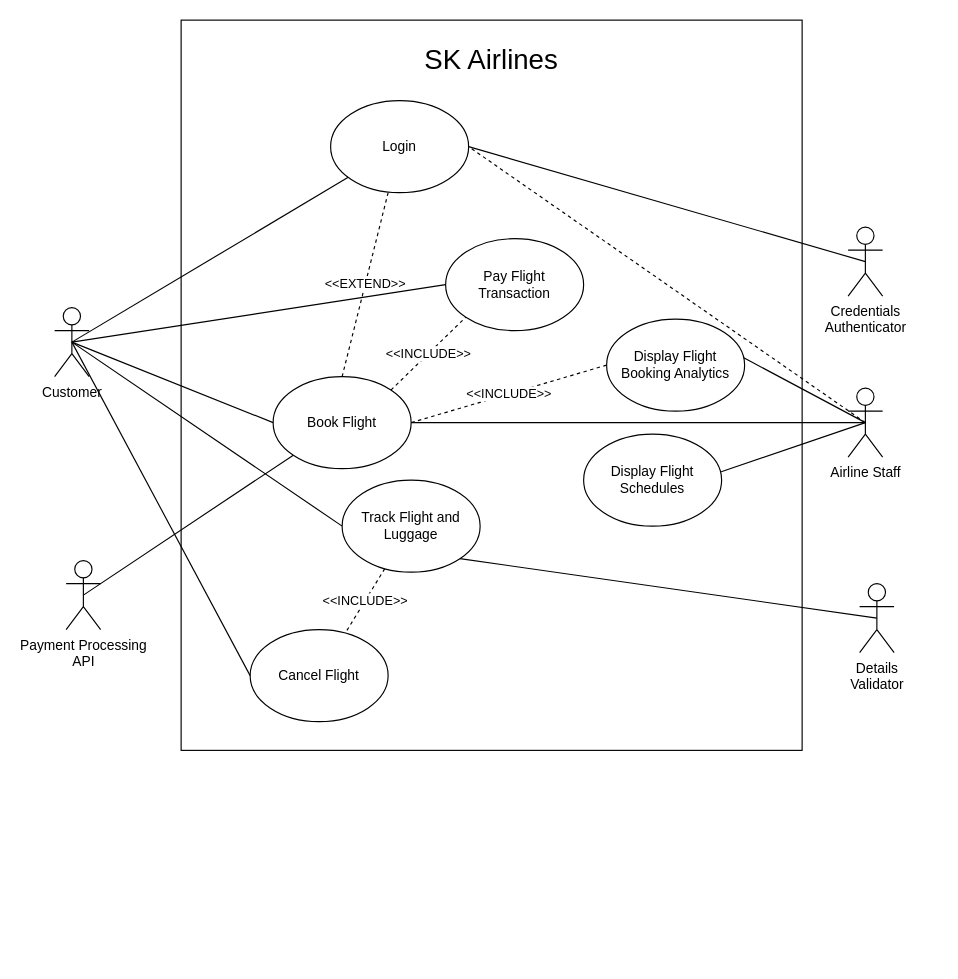
Before: SKAirlines.drawio in monterdekeanu/monterdekeanu, a draw.io diagram. Source tidied: cells renumbered, new cells numbered last; positions are measured from the earlier drawing's top-left corner, leaving out a move shared by most shapes. Both pictures are drawn from the tidied source at 115%, with x=0, y=0 at pixel (54, 20).
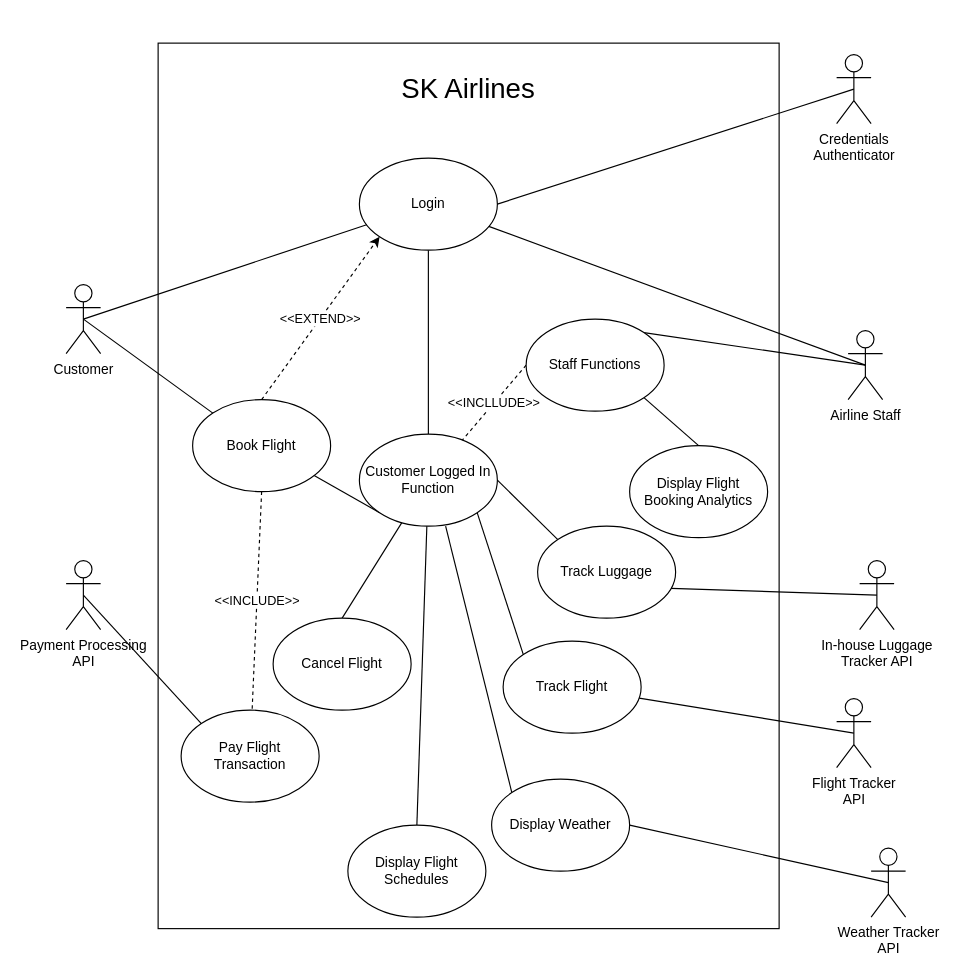
The same diagram, later.

The change refers to these unchanged cells:
```xml
<mxCell id="29" value="Payment Processing&lt;br&gt;API" style="shape=umlActor;verticalLabelPosition=bottom;verticalAlign=top;html=1;outlineConnect=0;" parent="1" vertex="1">
  <mxGeometry x="10" y="470" width="30" height="60" as="geometry" />
</mxCell>
```

Diff of the diagram source:
```diff
@@
     <mxCell id="2" style="rounded=0;whiteSpace=wrap;html=1;fontStyle=1;" parent="1" vertex="1">
-      <mxGeometry x="110" width="540" height="635" as="geometry" />
+      <mxGeometry x="90" y="20" width="540" height="770" as="geometry" />
     </mxCell>
+    <mxCell id="32" style="rounded=0;jettySize=auto;html=1;endArrow=none;endFill=0;" parent="1" edge="1" source="3" target="39">
+      <mxGeometry relative="1" as="geometry" />
+    </mxCell>
     <mxCell id="3" value="Login" style="ellipse;whiteSpace=wrap;html=1;" parent="1" vertex="1">
-      <mxGeometry x="240" y="70" width="120" height="80" as="geometry" />
+      <mxGeometry x="265" y="120" width="120" height="80" as="geometry" />
     </mxCell>
+    <mxCell id="5" value="&amp;lt;&amp;lt;INCLUDE&amp;gt;&amp;gt;" style="rounded=0;jettySize=auto;html=1;exitX=0.5;exitY=1;exitDx=0;exitDy=0;endArrow=none;endFill=0;dashed=1;" parent="1" edge="1" source="6" target="9">
+      <mxGeometry relative="1" as="geometry" />
+    </mxCell>
-    <mxCell id="4" value="&amp;lt;&amp;lt;EXTEND&amp;gt;&amp;gt;" style="rounded=0;jettySize=auto;html=1;exitX=0.5;exitY=0;exitDx=0;exitDy=0;endArrow=none;endFill=0;dashed=1;" parent="1" edge="1" source="6" target="3">
+    <mxCell id="4" value="&amp;lt;&amp;lt;EXTEND&amp;gt;&amp;gt;" style="rounded=0;jettySize=auto;html=1;exitX=0.5;exitY=0;exitDx=0;exitDy=0;entryX=0;entryY=1;entryDx=0;entryDy=0;dashed=1;" parent="1" edge="1" source="6" target="3">
       <mxGeometry relative="1" as="geometry" />
     </mxCell>
-    <mxCell id="5" value="&amp;lt;&amp;lt;INCLUDE&amp;gt;&amp;gt;" style="rounded=0;jettySize=auto;html=1;exitX=1;exitY=0;exitDx=0;exitDy=0;entryX=0;entryY=1;entryDx=0;entryDy=0;endArrow=none;endFill=0;dashed=1;" parent="1" edge="1" source="6" target="9">
-      <mxGeometry relative="1" as="geometry" />
-    </mxCell>
     <mxCell id="6" value="Book Flight" style="ellipse;whiteSpace=wrap;html=1;" parent="1" vertex="1">
-      <mxGeometry x="190" y="310" width="120" height="80" as="geometry" />
+      <mxGeometry x="120" y="330" width="120" height="80" as="geometry" />
     </mxCell>
-    <mxCell id="7" value="&amp;lt;&amp;lt;INCLUDE&amp;gt;&amp;gt;" style="rounded=0;jettySize=auto;html=1;dashed=1;endArrow=none;endFill=0;" parent="1" edge="1" source="8" target="10">
-      <mxGeometry relative="1" as="geometry" />
-    </mxCell>
+    <mxCell id="33" style="rounded=0;jettySize=auto;html=1;exitX=0;exitY=0;exitDx=0;exitDy=0;entryX=1;entryY=1;entryDx=0;entryDy=0;endArrow=none;endFill=0;" parent="1" edge="1" source="8" target="39">
+      <mxGeometry relative="1" as="geometry" />
+    </mxCell>
-    <mxCell id="8" value="Track Flight and Luggage" style="ellipse;whiteSpace=wrap;html=1;" parent="1" vertex="1">
-      <mxGeometry x="250" y="400" width="120" height="80" as="geometry" />
+    <mxCell id="8" value="Track Flight" style="ellipse;whiteSpace=wrap;html=1;" parent="1" vertex="1">
+      <mxGeometry x="390" y="540" width="120" height="80" as="geometry" />
     </mxCell>
     <mxCell id="9" value="Pay Flight Transaction" style="ellipse;whiteSpace=wrap;html=1;" parent="1" vertex="1">
-      <mxGeometry x="340" y="190" width="120" height="80" as="geometry" />
+      <mxGeometry x="110" y="600" width="120" height="80" as="geometry" />
     </mxCell>
+    <mxCell id="34" style="rounded=0;jettySize=auto;html=1;exitX=0.5;exitY=0;exitDx=0;exitDy=0;endArrow=none;endFill=0;" parent="1" edge="1" source="10" target="39">
+      <mxGeometry relative="1" as="geometry" />
+    </mxCell>
     <mxCell id="10" value="Cancel Flight" style="ellipse;whiteSpace=wrap;html=1;" parent="1" vertex="1">
-      <mxGeometry x="170" y="530" width="120" height="80" as="geometry" />
+      <mxGeometry x="190" y="520" width="120" height="80" as="geometry" />
     </mxCell>
-    <mxCell id="11" value="&amp;lt;&amp;lt;INCLUDE&amp;gt;&amp;gt;" style="rounded=0;jettySize=auto;html=1;exitX=0;exitY=0.5;exitDx=0;exitDy=0;entryX=1;entryY=0.5;entryDx=0;entryDy=0;endArrow=none;endFill=0;dashed=1;" parent="1" edge="1" source="12" target="6">
-      <mxGeometry relative="1" as="geometry" />
-    </mxCell>
     <mxCell id="12" value="Display Flight Booking Analytics" style="ellipse;whiteSpace=wrap;html=1;" parent="1" vertex="1">
-      <mxGeometry x="480" y="260" width="120" height="80" as="geometry" />
+      <mxGeometry x="500" y="370" width="120" height="80" as="geometry" />
     </mxCell>
+    <mxCell id="35" style="rounded=0;jettySize=auto;html=1;exitX=0.5;exitY=0;exitDx=0;exitDy=0;endArrow=none;endFill=0;" parent="1" edge="1" source="13" target="39">
+      <mxGeometry relative="1" as="geometry" />
+    </mxCell>
     <mxCell id="13" value="Display Flight Schedules" style="ellipse;whiteSpace=wrap;html=1;" parent="1" vertex="1">
-      <mxGeometry x="460" y="360" width="120" height="80" as="geometry" />
+      <mxGeometry x="255" y="700" width="120" height="80" as="geometry" />
     </mxCell>
-    <mxCell id="14" style="rounded=0;jettySize=auto;html=1;exitX=0.5;exitY=0.5;exitDx=0;exitDy=0;exitPerimeter=0;entryX=0;entryY=0.5;entryDx=0;entryDy=0;endArrow=none;endFill=0;" parent="1" edge="1" source="19" target="10">
-      <mxGeometry relative="1" as="geometry" />
-    </mxCell>
@@
-    <mxCell id="16" style="rounded=0;jettySize=auto;html=1;exitX=0.5;exitY=0.5;exitDx=0;exitDy=0;exitPerimeter=0;entryX=0;entryY=0.5;entryDx=0;entryDy=0;endArrow=none;endFill=0;" parent="1" edge="1" source="19" target="9">
-      <mxGeometry relative="1" as="geometry" />
-    </mxCell>
-    <mxCell id="17" style="rounded=0;jettySize=auto;html=1;exitX=0.5;exitY=0.5;exitDx=0;exitDy=0;exitPerimeter=0;entryX=0;entryY=0.5;entryDx=0;entryDy=0;endArrow=none;endFill=0;" parent="1" edge="1" source="19" target="8">
-      <mxGeometry relative="1" as="geometry" />
-    </mxCell>
-    <mxCell id="18" style="rounded=0;jettySize=auto;html=1;exitX=0.5;exitY=0.5;exitDx=0;exitDy=0;exitPerimeter=0;entryX=0;entryY=0.5;entryDx=0;entryDy=0;strokeColor=default;endArrow=none;endFill=0;" parent="1" edge="1" source="19" target="6">
+    <mxCell id="18" style="rounded=0;jettySize=auto;html=1;exitX=0.5;exitY=0.5;exitDx=0;exitDy=0;exitPerimeter=0;entryX=0;entryY=0;entryDx=0;entryDy=0;endArrow=none;endFill=0;" parent="1" edge="1" source="19" target="6">
       <mxGeometry relative="1" as="geometry" />
     </mxCell>
     <mxCell id="19" value="Customer" style="shape=umlActor;verticalLabelPosition=bottom;verticalAlign=top;html=1;outlineConnect=0;" parent="1" vertex="1">
-      <mxGeometry y="250" width="30" height="60" as="geometry" />
+      <mxGeometry x="10" y="230" width="30" height="60" as="geometry" />
     </mxCell>
-    <mxCell id="20" style="rounded=0;jettySize=auto;html=1;exitX=0.5;exitY=0.5;exitDx=0;exitDy=0;exitPerimeter=0;entryX=0.994;entryY=0.42;entryDx=0;entryDy=0;entryPerimeter=0;endArrow=none;endFill=0;" parent="1" edge="1" source="24" target="12">
-      <mxGeometry relative="1" as="geometry" />
-    </mxCell>
-    <mxCell id="21" style="rounded=0;jettySize=auto;html=1;exitX=0.5;exitY=0.5;exitDx=0;exitDy=0;exitPerimeter=0;entryX=0.997;entryY=0.409;entryDx=0;entryDy=0;entryPerimeter=0;endArrow=none;endFill=0;" parent="1" edge="1" source="24" target="13">
-      <mxGeometry relative="1" as="geometry" />
-    </mxCell>
-    <mxCell id="22" style="rounded=0;jettySize=auto;html=1;exitX=0.5;exitY=0.5;exitDx=0;exitDy=0;exitPerimeter=0;entryX=1;entryY=0.5;entryDx=0;entryDy=0;endArrow=none;endFill=0;" parent="1" edge="1" source="24" target="6">
-      <mxGeometry relative="1" as="geometry" />
-    </mxCell>
-    <mxCell id="23" style="rounded=0;jettySize=auto;html=1;exitX=0.5;exitY=0.5;exitDx=0;exitDy=0;exitPerimeter=0;entryX=1;entryY=0.5;entryDx=0;entryDy=0;endArrow=none;endFill=0;dashed=1;" parent="1" edge="1" source="24" target="3">
+    <mxCell id="23" style="rounded=0;jettySize=auto;html=1;exitX=0.5;exitY=0.5;exitDx=0;exitDy=0;exitPerimeter=0;endArrow=none;endFill=0;" parent="1" edge="1" source="24" target="3">
       <mxGeometry relative="1" as="geometry" />
     </mxCell>
+    <mxCell id="36" style="rounded=0;jettySize=auto;html=1;exitX=0.5;exitY=0.5;exitDx=0;exitDy=0;exitPerimeter=0;entryX=1;entryY=0;entryDx=0;entryDy=0;endArrow=none;endFill=0;" parent="1" edge="1" source="24" target="44">
+      <mxGeometry relative="1" as="geometry" />
+    </mxCell>
     <mxCell id="24" value="Airline Staff" style="shape=umlActor;verticalLabelPosition=bottom;verticalAlign=top;html=1;outlineConnect=0;" parent="1" vertex="1">
-      <mxGeometry x="690" y="320" width="30" height="60" as="geometry" />
+      <mxGeometry x="690" y="270" width="30" height="60" as="geometry" />
     </mxCell>
     <mxCell id="25" value="&lt;font style=&quot;font-size: 24px;&quot;&gt;SK Airlines&lt;/font&gt;" style="text;html=1;strokeColor=none;fillColor=none;align=center;verticalAlign=middle;whiteSpace=wrap;rounded=0;" parent="1" vertex="1">
-      <mxGeometry x="315" y="20" width="130" height="30" as="geometry" />
+      <mxGeometry x="295" y="45" width="130" height="30" as="geometry" />
     </mxCell>
@@
     <mxCell id="27" value="Credentials&lt;br&gt;Authenticator" style="shape=umlActor;verticalLabelPosition=bottom;verticalAlign=top;html=1;outlineConnect=0;" parent="1" vertex="1">
-      <mxGeometry x="690" y="180" width="30" height="60" as="geometry" />
+      <mxGeometry x="680" y="30" width="30" height="60" as="geometry" />
     </mxCell>
-    <mxCell id="28" style="rounded=0;jettySize=auto;html=1;exitX=0.5;exitY=0.5;exitDx=0;exitDy=0;exitPerimeter=0;entryX=0;entryY=1;entryDx=0;entryDy=0;endArrow=none;endFill=0;" parent="1" edge="1" source="29" target="6">
-      <mxGeometry relative="1" as="geometry" />
-    </mxCell>
+    <mxCell id="37" style="rounded=0;jettySize=auto;html=1;exitX=0.5;exitY=0.5;exitDx=0;exitDy=0;exitPerimeter=0;entryX=0;entryY=0;entryDx=0;entryDy=0;endArrow=none;endFill=0;" parent="1" edge="1" source="29" target="9">
+      <mxGeometry relative="1" as="geometry" />
+    </mxCell>
@@
-    <mxCell id="30" style="rounded=0;jettySize=auto;html=1;exitX=0.5;exitY=0.5;exitDx=0;exitDy=0;exitPerimeter=0;entryX=1;entryY=1;entryDx=0;entryDy=0;endArrow=none;endFill=0;" parent="1" edge="1" source="31" target="8">
+    <mxCell id="30" style="rounded=0;jettySize=auto;html=1;exitX=0.5;exitY=0.5;exitDx=0;exitDy=0;exitPerimeter=0;endArrow=none;endFill=0;" parent="1" edge="1" source="31" target="8">
       <mxGeometry relative="1" as="geometry" />
     </mxCell>
-    <mxCell id="31" value="Details&lt;br&gt;Validator" style="shape=umlActor;verticalLabelPosition=bottom;verticalAlign=top;html=1;outlineConnect=0;" parent="1" vertex="1">
-      <mxGeometry x="700" y="490" width="30" height="60" as="geometry" />
+    <mxCell id="31" value="Flight Tracker&lt;br&gt;API" style="shape=umlActor;verticalLabelPosition=bottom;verticalAlign=top;html=1;outlineConnect=0;" parent="1" vertex="1">
+      <mxGeometry x="680" y="590" width="30" height="60" as="geometry" />
     </mxCell>
+    <mxCell id="38" style="rounded=0;jettySize=auto;html=1;exitX=0;exitY=1;exitDx=0;exitDy=0;endArrow=none;endFill=0;" parent="1" edge="1" source="39" target="6">
+      <mxGeometry relative="1" as="geometry" />
+    </mxCell>
+    <mxCell id="39" value="Customer Logged In Function" style="ellipse;whiteSpace=wrap;html=1;" parent="1" vertex="1">
+      <mxGeometry x="265" y="360" width="120" height="80" as="geometry" />
+    </mxCell>
+    <mxCell id="40" style="rounded=0;jettySize=auto;html=1;exitX=0;exitY=0;exitDx=0;exitDy=0;entryX=1;entryY=0.5;entryDx=0;entryDy=0;endArrow=none;endFill=0;" parent="1" edge="1" source="41" target="39">
+      <mxGeometry relative="1" as="geometry" />
+    </mxCell>
+    <mxCell id="41" value="Track Luggage" style="ellipse;whiteSpace=wrap;html=1;" parent="1" vertex="1">
+      <mxGeometry x="420" y="440" width="120" height="80" as="geometry" />
+    </mxCell>
+    <mxCell id="42" style="rounded=0;jettySize=auto;html=1;exitX=1;exitY=1;exitDx=0;exitDy=0;entryX=0.5;entryY=0;entryDx=0;entryDy=0;endArrow=none;endFill=0;" parent="1" edge="1" source="44" target="12">
+      <mxGeometry relative="1" as="geometry" />
+    </mxCell>
+    <mxCell id="43" value="&amp;lt;&amp;lt;INCLLUDE&amp;gt;&amp;gt;" style="rounded=0;jettySize=auto;html=1;exitX=0;exitY=0.5;exitDx=0;exitDy=0;endArrow=none;endFill=0;dashed=1;" parent="1" edge="1" source="44" target="39">
+      <mxGeometry relative="1" as="geometry" />
+    </mxCell>
+    <mxCell id="44" value="Staff Functions" style="ellipse;whiteSpace=wrap;html=1;" parent="1" vertex="1">
+      <mxGeometry x="410" y="260" width="120" height="80" as="geometry" />
+    </mxCell>
+    <mxCell id="45" style="rounded=0;jettySize=auto;html=1;exitX=0.5;exitY=0.5;exitDx=0;exitDy=0;exitPerimeter=0;entryX=0.967;entryY=0.676;entryDx=0;entryDy=0;entryPerimeter=0;endArrow=none;endFill=0;" parent="1" edge="1" source="46" target="41">
+      <mxGeometry relative="1" as="geometry" />
+    </mxCell>
+    <mxCell id="46" value="In-house Luggage&lt;br&gt;Tracker API" style="shape=umlActor;verticalLabelPosition=bottom;verticalAlign=top;html=1;outlineConnect=0;" parent="1" vertex="1">
+      <mxGeometry x="700" y="470" width="30" height="60" as="geometry" />
+    </mxCell>
+    <mxCell id="47" style="rounded=0;jettySize=auto;html=1;exitX=0.5;exitY=0.5;exitDx=0;exitDy=0;exitPerimeter=0;entryX=1;entryY=0.5;entryDx=0;entryDy=0;endArrow=none;endFill=0;" parent="1" edge="1" source="48" target="50">
+      <mxGeometry relative="1" as="geometry" />
+    </mxCell>
+    <mxCell id="48" value="Weather Tracker&lt;br&gt;API" style="shape=umlActor;verticalLabelPosition=bottom;verticalAlign=top;html=1;outlineConnect=0;" parent="1" vertex="1">
+      <mxGeometry x="710" y="720" width="30" height="60" as="geometry" />
+    </mxCell>
+    <mxCell id="49" style="rounded=0;jettySize=auto;html=1;exitX=0;exitY=0;exitDx=0;exitDy=0;endArrow=none;endFill=0;" parent="1" edge="1" source="50">
+      <mxGeometry relative="1" as="geometry">
+        <mxPoint x="340" y="440" as="targetPoint" />
+      </mxGeometry>
+    </mxCell>
+    <mxCell id="50" value="Display Weather" style="ellipse;whiteSpace=wrap;html=1;" parent="1" vertex="1">
+      <mxGeometry x="380" y="660" width="120" height="80" as="geometry" />
+    </mxCell>
```
